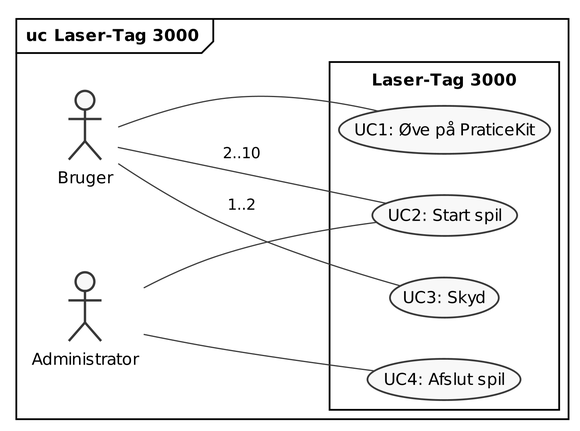
This is PlantUML/out/uc_diagram.png from LasseKrarup/Laser-Tag-Project, a PlantUML export, as it was before one commit.
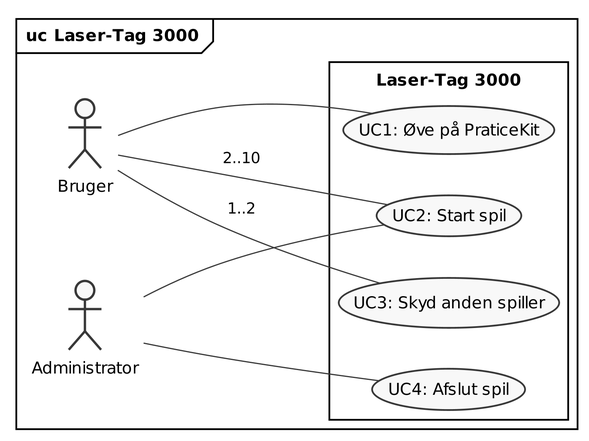
After the commit.

Diff of the diagram source:
```diff
@@ -19,7 +19,7 @@
   rectangle "Laser-Tag 3000" {
     user -- (UC1: Øve på PraticeKit)
     user -- (UC2: Start spil): 2..10
-    user -- (UC3: Skyd): 1..2
+    user -- (UC3: Skyd anden spiller): 1..2
     admin -- (UC2: Start spil)
     admin -- (UC4: Afslut spil)
   }
```
